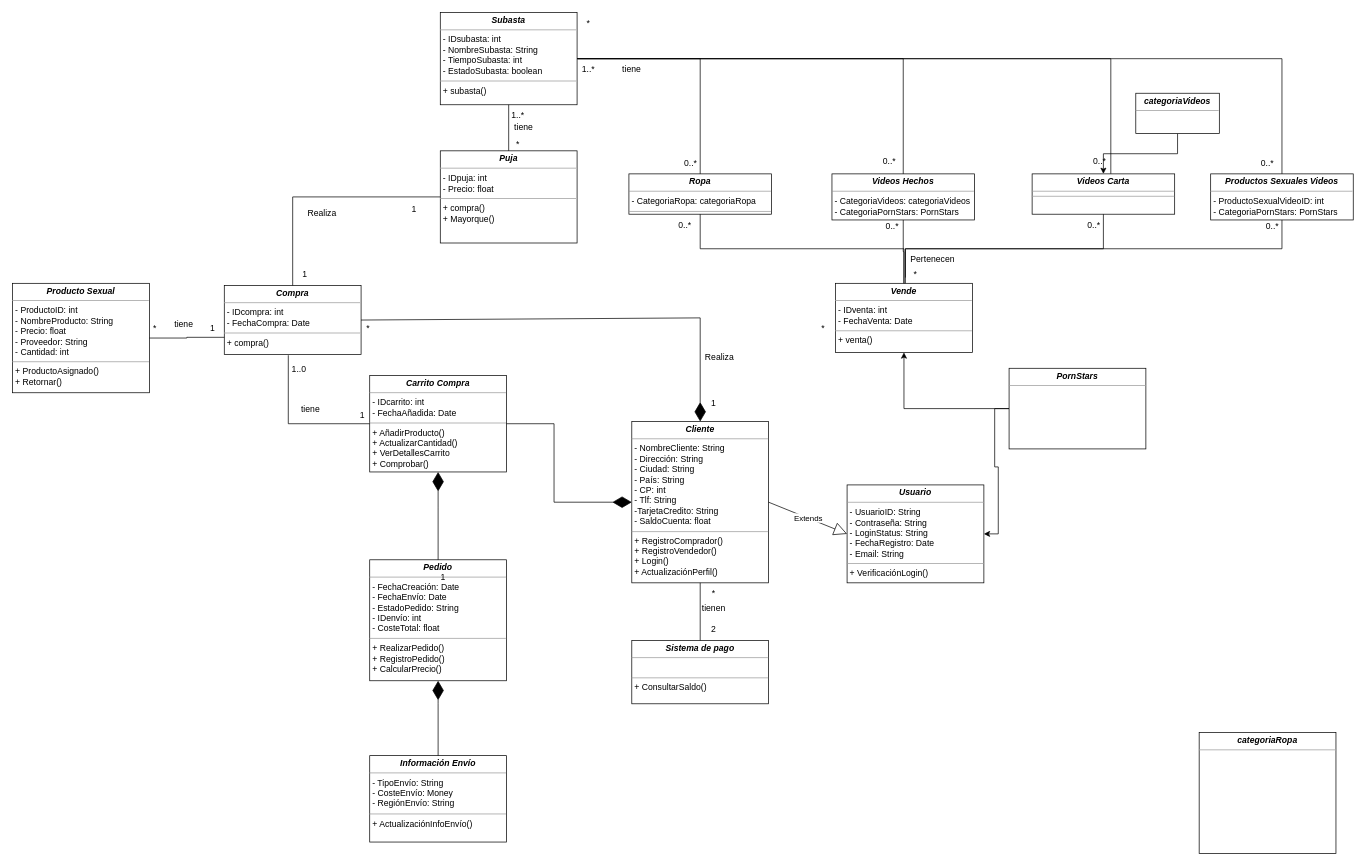
The draw.io diagram PornUML.drawio in Sanferivan/Mis_archivos, before the edit. Source tidied: cells renumbered, new cells numbered last; positions are measured from the earlier drawing's top-left corner, leaving out a move shared by most shapes. Both pictures are drawn from the tidied source at 72%, with x=0, y=0 at pixel (12, 12).
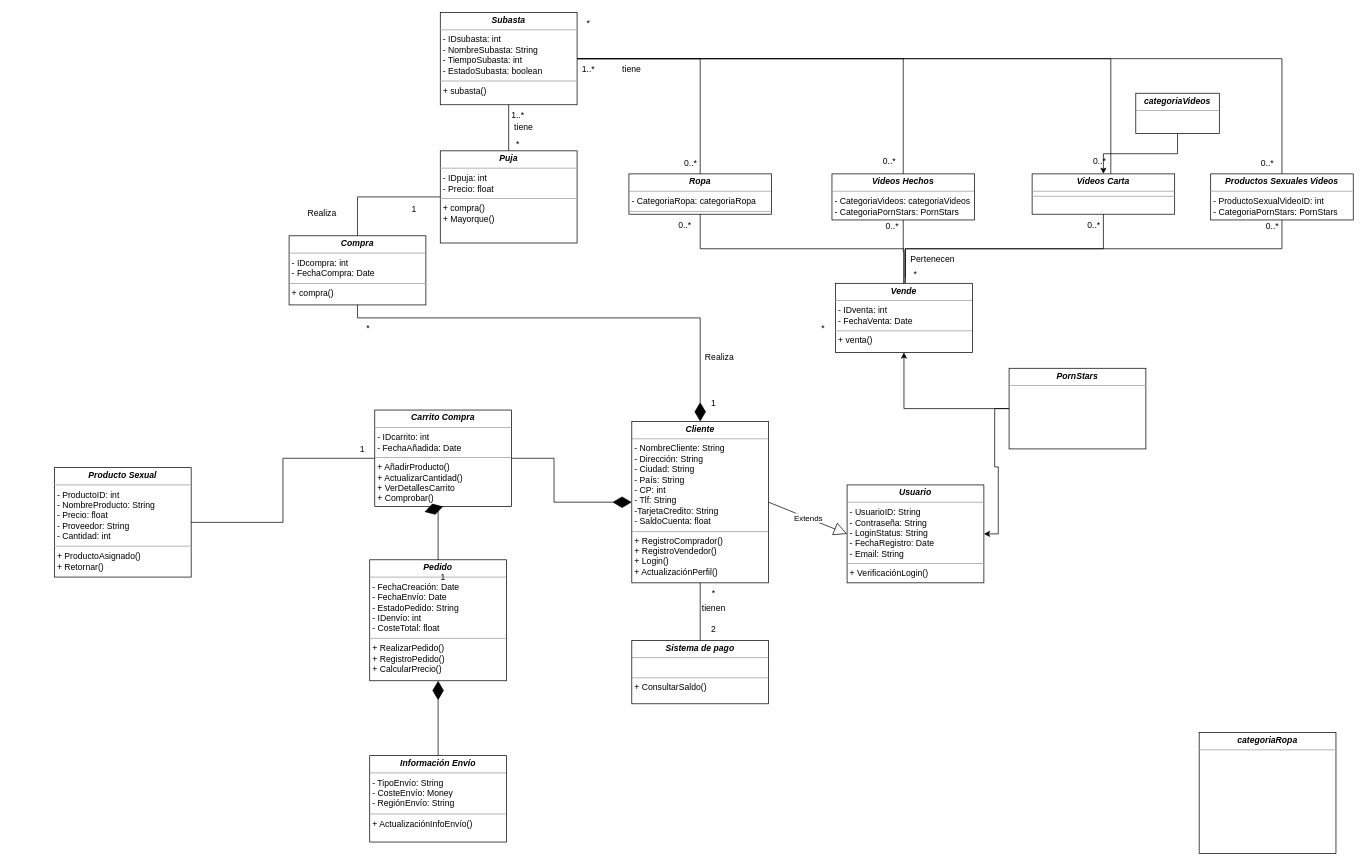
The same page after the edit.

The change refers to these unchanged cells:
```xml
<mxCell id="2" value="&lt;p style=&quot;margin:0px;margin-top:4px;text-align:center;&quot;&gt;&lt;b&gt;&lt;i&gt;Cliente&lt;/i&gt;&lt;/b&gt;&lt;br&gt;&lt;/p&gt;&lt;hr size=&quot;1&quot;&gt;&lt;p style=&quot;margin:0px;margin-left:4px;&quot;&gt;- NombreCliente: String&lt;br&gt;- Dirección: String&lt;/p&gt;&lt;p style=&quot;margin:0px;margin-left:4px;&quot;&gt;- Ciudad: String&lt;/p&gt;&lt;p style=&quot;margin:0px;margin-left:4px;&quot;&gt;- País: String&lt;/p&gt;&lt;p style=&quot;margin:0px;margin-left:4px;&quot;&gt;- CP: int&lt;/p&gt;&lt;p style=&quot;margin:0px;margin-left:4px;&quot;&gt;- Tlf: String&lt;/p&gt;&lt;p style=&quot;margin:0px;margin-left:4px;&quot;&gt;-TarjetaCredito: String&lt;/p&gt;&lt;p style=&quot;margin:0px;margin-left:4px;&quot;&gt;- SaldoCuenta: float&lt;br&gt;&lt;/p&gt;&lt;hr size=&quot;1&quot;&gt;&lt;p style=&quot;margin:0px;margin-left:4px;&quot;&gt;+ RegistroComprador()&lt;/p&gt;&lt;p style=&quot;margin:0px;margin-left:4px;&quot;&gt;+ RegistroVendedor()&lt;br&gt;&lt;/p&gt;&lt;p style=&quot;margin:0px;margin-left:4px;&quot;&gt;+ Login()&lt;/p&gt;&lt;p style=&quot;margin:0px;margin-left:4px;&quot;&gt;+ ActualizaciónPerfil()&lt;br&gt;&lt;/p&gt;" style="verticalAlign=top;align=left;overflow=fill;fontSize=12;fontFamily=Helvetica;html=1;whiteSpace=wrap;" parent="1" vertex="1">
  <mxGeometry x="860" y="568" width="190" height="224" as="geometry" />
</mxCell>
```

Diff of the diagram source:
```diff
@@
     <mxCell id="6" value="&lt;p style=&quot;margin:0px;margin-top:4px;text-align:center;&quot;&gt;&lt;b&gt;&lt;i&gt;Compra&lt;/i&gt;&lt;/b&gt;&lt;br&gt;&lt;/p&gt;&lt;hr size=&quot;1&quot;&gt;&lt;p style=&quot;margin:0px;margin-left:4px;&quot;&gt;- IDcompra: int&lt;/p&gt;&lt;p style=&quot;margin:0px;margin-left:4px;&quot;&gt;- FechaCompra: Date&lt;br&gt;&lt;/p&gt;&lt;hr size=&quot;1&quot;&gt;&lt;p style=&quot;margin:0px;margin-left:4px;&quot;&gt;+ compra()&lt;/p&gt;" style="verticalAlign=top;align=left;overflow=fill;fontSize=12;fontFamily=Helvetica;html=1;whiteSpace=wrap;" parent="1" vertex="1">
-      <mxGeometry x="294" y="379" width="190" height="96" as="geometry" />
+      <mxGeometry x="384" y="310" width="190" height="96" as="geometry" />
     </mxCell>
     <mxCell id="7" value="&lt;p style=&quot;margin:0px;margin-top:4px;text-align:center;&quot;&gt;&lt;b&gt;&lt;i&gt;Producto Sexual&lt;/i&gt;&lt;/b&gt;&lt;br&gt;&lt;/p&gt;&lt;hr size=&quot;1&quot;&gt;&lt;p style=&quot;margin:0px;margin-left:4px;&quot;&gt;- ProductoID: int&lt;/p&gt;&lt;p style=&quot;margin:0px;margin-left:4px;&quot;&gt;- NombreProducto: String&lt;/p&gt;&lt;p style=&quot;margin:0px;margin-left:4px;&quot;&gt;- Precio: float&lt;/p&gt;&lt;p style=&quot;margin:0px;margin-left:4px;&quot;&gt;- Proveedor: String&lt;/p&gt;&lt;p style=&quot;margin:0px;margin-left:4px;&quot;&gt;- Cantidad: int&lt;br&gt;&lt;/p&gt;&lt;hr size=&quot;1&quot;&gt;&lt;p style=&quot;margin:0px;margin-left:4px;&quot;&gt;+ ProductoAsignado()&lt;br&gt;&lt;/p&gt;&lt;p style=&quot;margin:0px;margin-left:4px;&quot;&gt;+ Retornar()&lt;/p&gt;" style="verticalAlign=top;align=left;overflow=fill;fontSize=12;fontFamily=Helvetica;html=1;whiteSpace=wrap;" parent="1" vertex="1">
-      <mxGeometry y="376" width="190" height="152" as="geometry" />
+      <mxGeometry x="58" y="632" width="190" height="152" as="geometry" />
     </mxCell>
@@
     <mxCell id="19" value="&lt;p style=&quot;margin:0px;margin-top:4px;text-align:center;&quot;&gt;&lt;b&gt;&lt;i&gt;Carrito Compra&lt;/i&gt;&lt;/b&gt;&lt;br&gt;&lt;/p&gt;&lt;hr size=&quot;1&quot;&gt;&lt;p style=&quot;margin:0px;margin-left:4px;&quot;&gt;- IDcarrito: int&lt;/p&gt;&lt;p style=&quot;margin:0px;margin-left:4px;&quot;&gt;- FechaAñadida: Date&lt;br&gt;&lt;/p&gt;&lt;hr size=&quot;1&quot;&gt;&lt;p style=&quot;margin:0px;margin-left:4px;&quot;&gt;+ AñadirProducto()&lt;/p&gt;&lt;p style=&quot;margin:0px;margin-left:4px;&quot;&gt;+ ActualizarCantidad()&lt;/p&gt;&lt;p style=&quot;margin:0px;margin-left:4px;&quot;&gt;+ VerDetallesCarrito&lt;/p&gt;&lt;p style=&quot;margin:0px;margin-left:4px;&quot;&gt;+ Comprobar()&lt;br&gt;&lt;/p&gt;" style="verticalAlign=top;align=left;overflow=fill;fontSize=12;fontFamily=Helvetica;html=1;whiteSpace=wrap;" parent="1" vertex="1">
-      <mxGeometry x="496" y="504" width="190" height="134" as="geometry" />
+      <mxGeometry x="503" y="552" width="190" height="134" as="geometry" />
     </mxCell>
@@
-    <mxCell id="24" style="endArrow=diamondThin;endFill=1;endSize=24;html=1;rounded=0;entryX=0.5;entryY=0;entryDx=0;entryDy=0;exitX=1;exitY=0.5;exitDx=0;exitDy=0;" parent="1" edge="1" source="6" target="2">
+    <mxCell id="24" style="endArrow=diamondThin;endFill=1;endSize=24;html=1;rounded=0;entryX=0.5;entryY=0;entryDx=0;entryDy=0;exitX=0.5;exitY=1;exitDx=0;exitDy=0;" parent="1" edge="1" source="6" target="2">
       <mxGeometry relative="1" as="geometry">
         <Array as="points">
+          <mxPoint x="479" y="424" />
           <mxPoint x="955" y="424" />
         </Array>
       </mxGeometry>
     </mxCell>
     <mxCell id="25" style="endArrow=diamondThin;endFill=1;endSize=24;html=1;rounded=0;entryX=0;entryY=0.5;entryDx=0;entryDy=0;exitX=1;exitY=0.5;exitDx=0;exitDy=0;" parent="1" edge="1" source="19" target="2">
       <mxGeometry relative="1" as="geometry">
         <Array as="points">
-          <mxPoint x="752" y="571" />
+          <mxPoint x="752" y="619" />
           <mxPoint x="752" y="680" />
         </Array>
       </mxGeometry>
     </mxCell>
@@
-    <mxCell id="34" style="endArrow=none;html=1;edgeStyle=orthogonalEdgeStyle;rounded=0;entryX=0;entryY=0.75;entryDx=0;entryDy=0;exitX=1;exitY=0.5;exitDx=0;exitDy=0;" parent="1" edge="1" source="7" target="6">
+    <mxCell id="34" style="endArrow=none;html=1;edgeStyle=orthogonalEdgeStyle;rounded=0;exitX=1;exitY=0.5;exitDx=0;exitDy=0;" parent="1" edge="1" source="7" target="19">
       <mxGeometry relative="1" as="geometry" />
     </mxCell>
@@
-    <mxCell id="43" value="*" style="text;html=1;strokeColor=none;fillColor=none;align=center;verticalAlign=middle;whiteSpace=wrap;rounded=0;" parent="1" vertex="1">
-      <mxGeometry x="168" y="424" width="60" height="30" as="geometry" />
-    </mxCell>
-    <mxCell id="44" value="1" style="text;html=1;strokeColor=none;fillColor=none;align=center;verticalAlign=middle;whiteSpace=wrap;rounded=0;" parent="1" vertex="1">
-      <mxGeometry x="248" y="424" width="60" height="30" as="geometry" />
-    </mxCell>
-    <mxCell id="45" value="tiene" style="text;html=1;strokeColor=none;fillColor=none;align=center;verticalAlign=middle;whiteSpace=wrap;rounded=0;" parent="1" vertex="1">
-      <mxGeometry x="208" y="418" width="60" height="30" as="geometry" />
-    </mxCell>
@@
-    <mxCell id="47" value="1" style="text;html=1;strokeColor=none;fillColor=none;align=center;verticalAlign=middle;whiteSpace=wrap;rounded=0;" parent="1" vertex="1">
-      <mxGeometry x="376" y="349" width="60" height="30" as="geometry" />
-    </mxCell>
@@
-    <mxCell id="59" style="endArrow=none;html=1;edgeStyle=orthogonalEdgeStyle;rounded=0;exitX=0;exitY=0.5;exitDx=0;exitDy=0;entryX=0.468;entryY=1.009;entryDx=0;entryDy=0;entryPerimeter=0;" parent="1" edge="1" source="19" target="6">
-      <mxGeometry relative="1" as="geometry" />
-    </mxCell>
     <mxCell id="60" value="1" style="text;html=1;strokeColor=none;fillColor=none;align=center;verticalAlign=middle;whiteSpace=wrap;rounded=0;" parent="1" vertex="1">
-      <mxGeometry x="456" y="544" width="60" height="30" as="geometry" />
+      <mxGeometry x="456" y="592" width="60" height="30" as="geometry" />
     </mxCell>
-    <mxCell id="61" value="tiene" style="text;html=1;strokeColor=none;fillColor=none;align=center;verticalAlign=middle;whiteSpace=wrap;rounded=0;" parent="1" vertex="1">
-      <mxGeometry x="384" y="536" width="60" height="30" as="geometry" />
-    </mxCell>
@@
-    <mxCell id="72" value="1..0" style="text;html=1;strokeColor=none;fillColor=none;align=center;verticalAlign=middle;whiteSpace=wrap;rounded=0;" parent="1" vertex="1">
-      <mxGeometry x="368" y="480" width="60" height="30" as="geometry" />
-    </mxCell>
```
